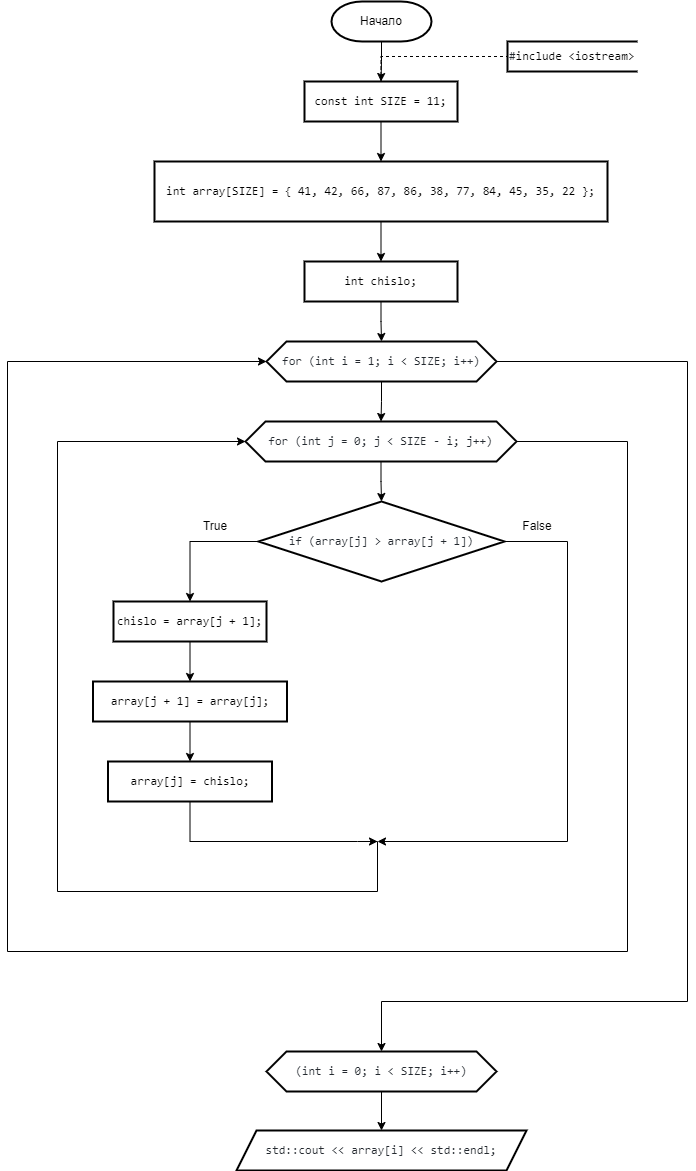
The draw.io diagram Labs/Сортировка пузырьком.png in IlyaFedoseev227/LABS-PNRPU-IVT-22-1b, before a commit. Source tidied: cells renumbered, new cells last; positions are measured from the earlier drawing's top-left corner, leaving out a move shared by most shapes.
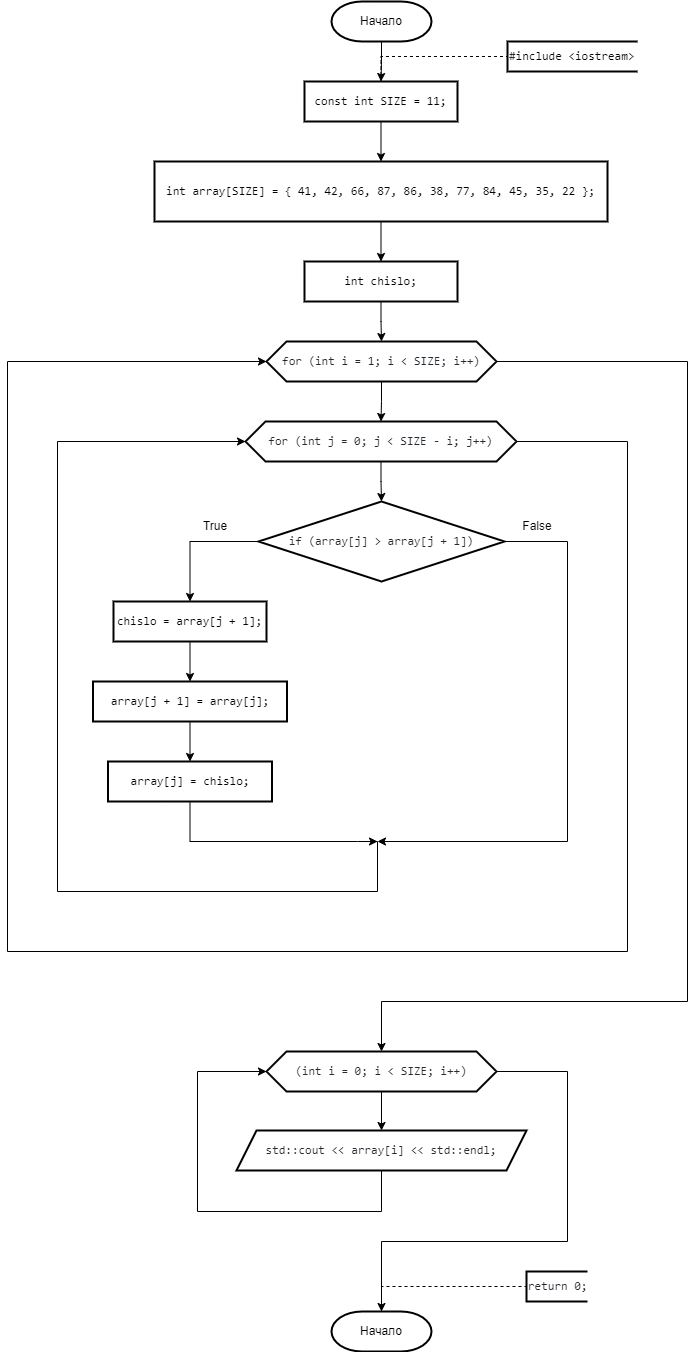
The same diagram one commit later.

What changed in the source:
```diff
@@ -122,11 +122,38 @@
     <mxCell id="30" style="edgeStyle=orthogonalEdgeStyle;rounded=0;jettySize=auto;html=1;exitX=0.5;exitY=1;exitDx=0;exitDy=0;entryX=0.5;entryY=0;entryDx=0;entryDy=0;" parent="1" edge="1" source="31" target="32">
       <mxGeometry relative="1" as="geometry" />
     </mxCell>
+    <mxCell id="33" style="edgeStyle=orthogonalEdgeStyle;rounded=0;jettySize=auto;html=1;exitX=1;exitY=0.5;exitDx=0;exitDy=0;entryX=0.5;entryY=0;entryDx=0;entryDy=0;entryPerimeter=0;" parent="1" edge="1" source="31" target="35">
+      <mxGeometry relative="1" as="geometry">
+        <Array as="points">
+          <mxPoint x="560" y="1070" />
+          <mxPoint x="560" y="1240" />
+          <mxPoint x="374" y="1240" />
+        </Array>
+      </mxGeometry>
+    </mxCell>
     <mxCell id="31" value="&lt;div style=&quot;text-align: start;&quot;&gt;&lt;font face=&quot;ui-monospace, SFMono-Regular, SF Mono, Menlo, Consolas, Liberation Mono, monospace&quot; color=&quot;#24292f&quot;&gt;(int i = 0; i &amp;lt; SIZE; i++)&lt;/font&gt;&lt;br&gt;&lt;/div&gt;" style="shape=hexagon;perimeter=hexagonPerimeter2;whiteSpace=wrap;html=1;fixedSize=1;strokeWidth=2;" parent="1" vertex="1">
       <mxGeometry x="259" y="1050" width="230" height="40" as="geometry" />
     </mxCell>
+    <mxCell id="34" style="edgeStyle=orthogonalEdgeStyle;rounded=0;jettySize=auto;html=1;exitX=0.5;exitY=1;exitDx=0;exitDy=0;entryX=0;entryY=0.5;entryDx=0;entryDy=0;" parent="1" edge="1" source="32" target="31">
+      <mxGeometry relative="1" as="geometry">
+        <Array as="points">
+          <mxPoint x="374" y="1210" />
+          <mxPoint x="190" y="1210" />
+          <mxPoint x="190" y="1070" />
+        </Array>
+      </mxGeometry>
+    </mxCell>
     <mxCell id="32" value="&lt;div style=&quot;text-align: start;&quot;&gt;&lt;font face=&quot;ui-monospace, SFMono-Regular, SF Mono, Menlo, Consolas, Liberation Mono, monospace&quot; color=&quot;#24292f&quot;&gt;std::cout &amp;lt;&amp;lt; array[i] &amp;lt;&amp;lt; std::endl;&lt;/font&gt;&lt;br&gt;&lt;/div&gt;" style="shape=parallelogram;perimeter=parallelogramPerimeter;whiteSpace=wrap;html=1;fixedSize=1;strokeWidth=2;size=20;" parent="1" vertex="1">
       <mxGeometry x="229" y="1129" width="290" height="40" as="geometry" />
     </mxCell>
+    <mxCell id="35" value="Начало" style="strokeWidth=2;html=1;shape=mxgraph.flowchart.terminator;whiteSpace=wrap;" parent="1" vertex="1">
+      <mxGeometry x="324" y="1310" width="100" height="40" as="geometry" />
+    </mxCell>
+    <mxCell id="36" style="edgeStyle=orthogonalEdgeStyle;rounded=0;jettySize=auto;html=1;exitX=0.5;exitY=0;exitDx=0;exitDy=0;entryX=0;entryY=0.5;entryDx=0;entryDy=0;entryPerimeter=0;dashed=1;endArrow=none;endFill=0;exitPerimeter=0;" parent="1" edge="1" source="35" target="37">
+      <mxGeometry relative="1" as="geometry" />
+    </mxCell>
+    <mxCell id="37" value="&lt;font face=&quot;ui-monospace, SFMono-Regular, SF Mono, Menlo, Consolas, Liberation Mono, monospace&quot; color=&quot;#24292f&quot;&gt;&lt;span style=&quot;background-color: rgb(255, 255, 255);&quot;&gt;return 0;&lt;/span&gt;&lt;/font&gt;" style="strokeWidth=2;html=1;shape=mxgraph.flowchart.annotation_1;align=left;" parent="1" vertex="1">
+      <mxGeometry x="519" y="1270" width="61" height="30" as="geometry" />
+    </mxCell>
   </root>
 </mxGraphModel>
```
